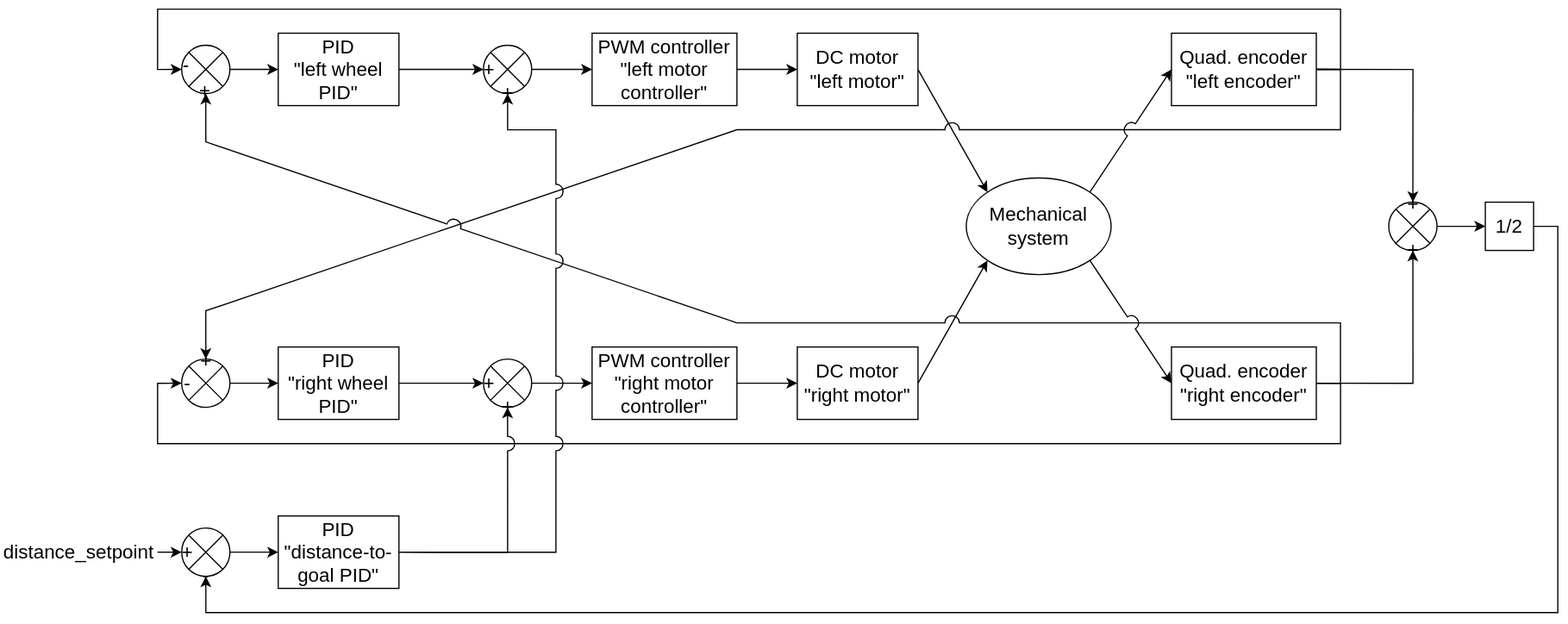
OUTech-2024/low-level keeps this draw.io diagram as doc/motion_control_position.svg. Above is the earlier version. Source tidied: cells renumbered, new cells last; positions are measured from the earlier drawing's top-left corner, leaving out a move shared by most shapes.
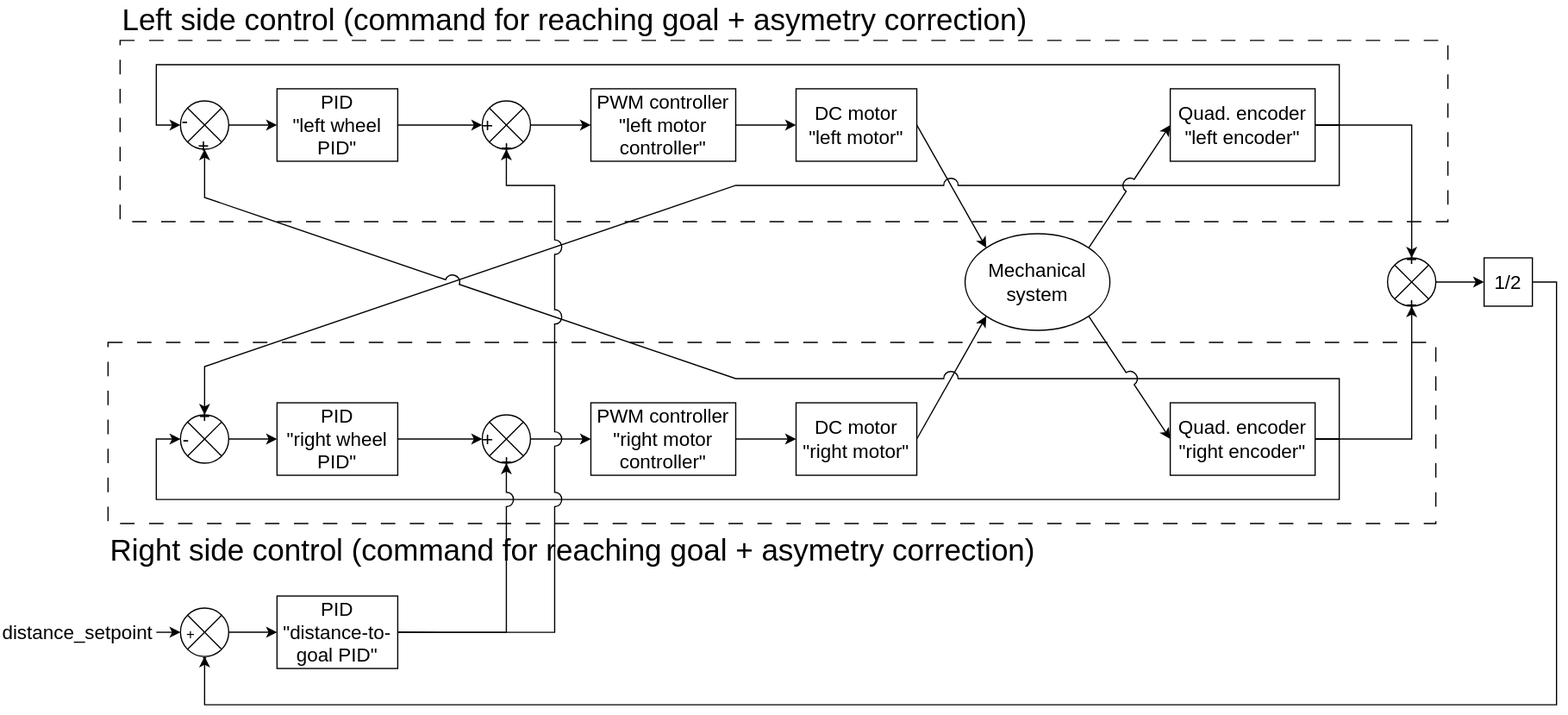
After the change.

Commit message:
Group blocks in position control diagram

Change to the diagram source:
```diff
@@ -133,8 +133,8 @@
       <mxGeometry relative="1" as="geometry">
         <Array as="points">
           <mxPoint x="1290" y="180" />
-          <mxPoint x="1290" y="500" />
-          <mxPoint x="170" y="500" />
+          <mxPoint x="1290" y="530" />
+          <mxPoint x="170" y="530" />
         </Array>
       </mxGeometry>
     </mxCell>
@@ -142,12 +142,12 @@
       <mxGeometry x="1230" y="160" width="40" height="40" as="geometry" />
     </mxCell>
     <mxCell id="37" value="PID&lt;br style=&quot;font-size: 16px;&quot;&gt;&quot;distance-to-goal PID&quot;" style="rounded=0;whiteSpace=wrap;html=1;fontSize=16;" parent="1" vertex="1">
-      <mxGeometry x="230" y="420" width="100" height="60" as="geometry" />
+      <mxGeometry x="230" y="440" width="100" height="60" as="geometry" />
     </mxCell>
     <mxCell id="38" style="edgeStyle=orthogonalEdgeStyle;shape=connector;rounded=0;jumpStyle=arc;jumpSize=12;jettySize=auto;html=1;exitX=1;exitY=0.5;exitDx=0;exitDy=0;entryX=0.5;entryY=1;entryDx=0;entryDy=0;entryPerimeter=0;labelBackgroundColor=default;strokeColor=default;align=center;verticalAlign=middle;fontFamily=Helvetica;fontSize=16;fontColor=default;endArrow=classic;" parent="1" edge="1" source="37" target="25">
       <mxGeometry relative="1" as="geometry">
         <Array as="points">
-          <mxPoint x="460" y="450" />
+          <mxPoint x="460" y="470" />
           <mxPoint x="460" y="100" />
           <mxPoint x="420" y="100" />
         </Array>
@@ -159,14 +159,20 @@
     <mxCell id="40" style="edgeStyle=none;shape=connector;rounded=0;jumpStyle=arc;jumpSize=12;jettySize=auto;html=1;exitX=1;exitY=0.5;exitDx=0;exitDy=0;exitPerimeter=0;labelBackgroundColor=default;strokeColor=default;align=center;verticalAlign=middle;fontFamily=Helvetica;fontSize=16;fontColor=default;endArrow=classic;" parent="1" edge="1" source="41" target="37">
       <mxGeometry relative="1" as="geometry" />
     </mxCell>
-    <mxCell id="41" value="&lt;br style=&quot;font-size: 16px;&quot;&gt;+&amp;nbsp; &amp;nbsp; &amp;nbsp; &amp;nbsp;&lt;br style=&quot;font-size: 16px;&quot;&gt;-" style="verticalLabelPosition=middle;verticalAlign=middle;html=1;shape=mxgraph.flowchart.or;labelPosition=center;align=center;rotation=0;fontSize=16;" parent="1" vertex="1">
-      <mxGeometry x="150" y="430" width="40" height="40" as="geometry" />
+    <mxCell id="41" value="&lt;font style=&quot;font-size: 12px;&quot;&gt;&lt;br style=&quot;&quot;&gt;+&amp;nbsp; &amp;nbsp; &amp;nbsp; &amp;nbsp;&lt;br style=&quot;&quot;&gt;-&lt;/font&gt;" style="verticalLabelPosition=middle;verticalAlign=middle;html=1;shape=mxgraph.flowchart.or;labelPosition=center;align=center;rotation=0;fontSize=16;" parent="1" vertex="1">
+      <mxGeometry x="150" y="450" width="40" height="40" as="geometry" />
     </mxCell>
     <mxCell id="42" value="distance_setpoint" style="text;html=1;strokeColor=none;fillColor=none;align=center;verticalAlign=middle;whiteSpace=wrap;rounded=0;fontSize=16;fontFamily=Helvetica;fontColor=default;" parent="1" vertex="1">
-      <mxGeometry y="435" width="130" height="30" as="geometry" />
+      <mxGeometry y="455" width="130" height="30" as="geometry" />
     </mxCell>
+    <mxCell id="44" value="&lt;font style=&quot;font-size: 25px;&quot;&gt;Left side control (command for reaching goal + asymetry correction)&lt;/font&gt;" style="rounded=0;whiteSpace=wrap;html=1;fillColor=none;dashed=1;dashPattern=12 12;labelPosition=center;verticalLabelPosition=top;align=left;verticalAlign=bottom;" parent="1" vertex="1">
+      <mxGeometry x="100" y="-20" width="1100" height="150" as="geometry" />
+    </mxCell>
     <mxCell id="43" style="edgeStyle=none;shape=connector;rounded=0;jumpStyle=arc;jumpSize=12;jettySize=auto;html=1;exitX=1;exitY=0.5;exitDx=0;exitDy=0;entryX=0;entryY=0.5;entryDx=0;entryDy=0;entryPerimeter=0;labelBackgroundColor=default;strokeColor=default;align=center;verticalAlign=middle;fontFamily=Helvetica;fontSize=16;fontColor=default;endArrow=classic;" parent="1" edge="1" source="42" target="41">
       <mxGeometry relative="1" as="geometry" />
     </mxCell>
+    <mxCell id="45" value="&lt;font style=&quot;font-size: 25px;&quot;&gt;Right side control (command for reaching goal + asymetry correction)&lt;/font&gt;" style="rounded=0;whiteSpace=wrap;html=1;fillColor=none;dashed=1;dashPattern=12 12;labelPosition=center;verticalLabelPosition=bottom;align=left;verticalAlign=top;" parent="1" vertex="1">
+      <mxGeometry x="90" y="230" width="1100" height="150" as="geometry" />
+    </mxCell>
   </root>
 </mxGraphModel>
```
